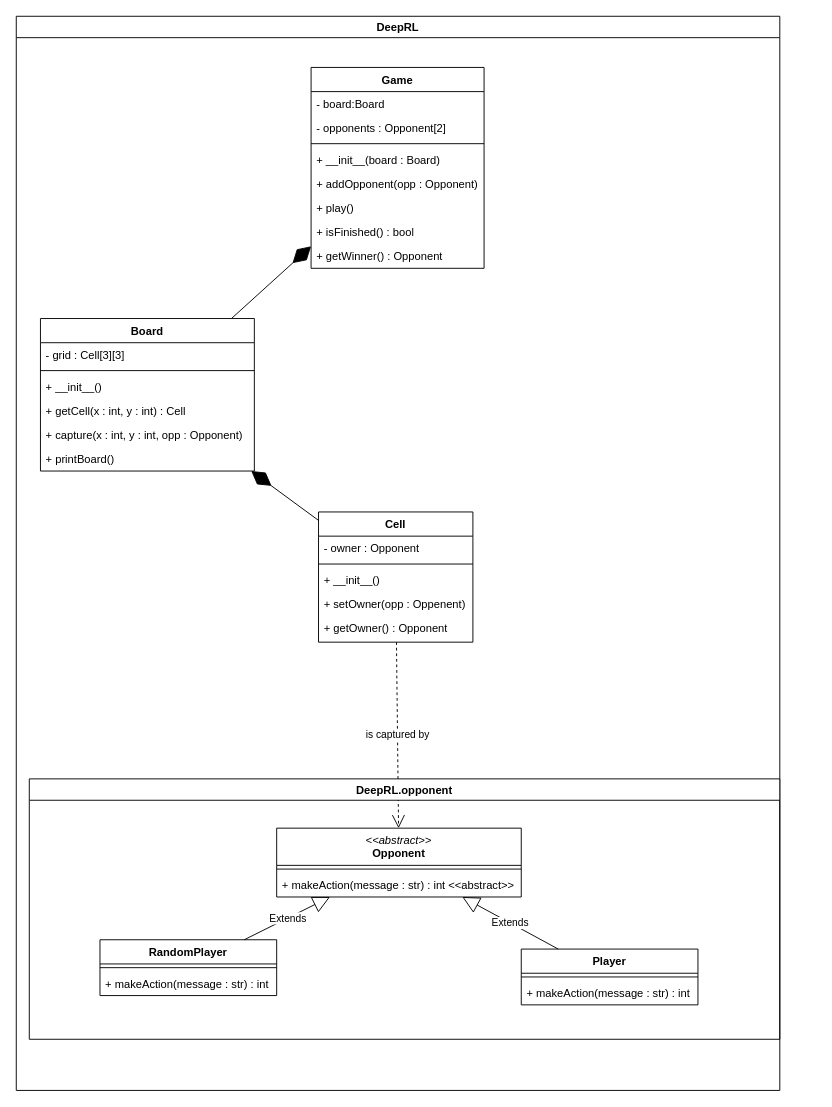
Before: uml/DRL project.drawio in Enzo-Claeyssen/Q-Learning_for_Tic_Tac_Toe, a draw.io diagram. Source tidied: cells renumbered, new cells numbered last; positions are measured from the earlier drawing's top-left corner, leaving out a move shared by most shapes. Both pictures are drawn from the tidied source at 93%, with x=0, y=0 at pixel (16, 16).
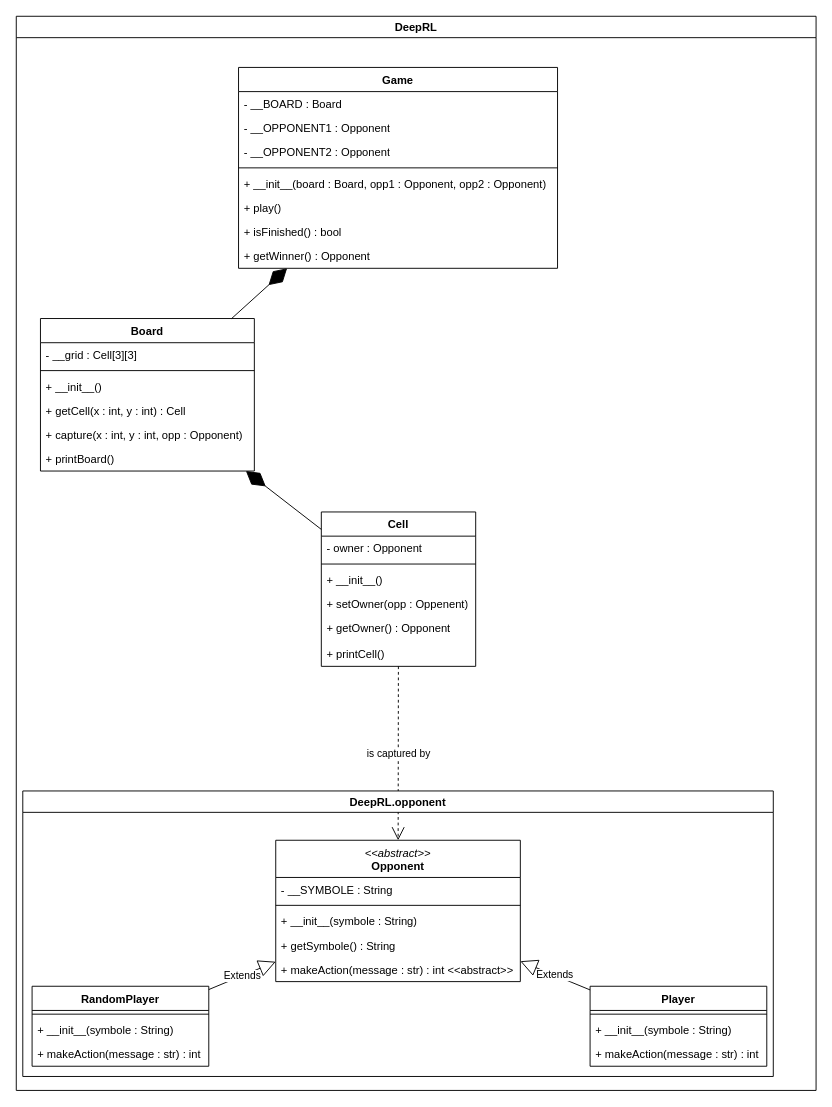
The same diagram, later.

Commit message (it also covers changes not shown here):
Finished UML for V0.0.2

The change refers to these unchanged cells:
```xml
<mxCell id="12" value="Board" style="swimlane;fontStyle=1;align=center;verticalAlign=top;horizontal=1;startSize=26;whiteSpace=wrap;html=1;" parent="2" vertex="1">
  <mxGeometry x="26" y="325" width="230" height="164" as="geometry" />
</mxCell>
```

Diff of the diagram source:
```diff
@@
     <mxCell id="2" value="DeepRL" style="swimlane;" parent="1" vertex="1">
-      <mxGeometry width="821" height="1155" as="geometry" />
+      <mxGeometry width="860" height="1155" as="geometry" />
     </mxCell>
     <mxCell id="3" value="Game" style="swimlane;fontStyle=1;align=center;verticalAlign=top;horizontal=1;startSize=26;whiteSpace=wrap;html=1;" parent="2" vertex="1">
-      <mxGeometry x="317" y="55" width="186" height="216" as="geometry" />
+      <mxGeometry x="239" y="55" width="343" height="216" as="geometry" />
     </mxCell>
-    <mxCell id="4" value="- board:Board" style="text;strokeColor=none;fillColor=none;align=left;verticalAlign=top;spacingLeft=4;spacingRight=4;overflow=hidden;whiteSpace=wrap;html=1;" parent="3" vertex="1">
-      <mxGeometry y="26" width="186" height="26" as="geometry" />
+    <mxCell id="4" value="- __BOARD : Board" style="text;strokeColor=none;fillColor=none;align=left;verticalAlign=top;spacingLeft=4;spacingRight=4;overflow=hidden;whiteSpace=wrap;html=1;" parent="3" vertex="1">
+      <mxGeometry y="26" width="343" height="26" as="geometry" />
     </mxCell>
-    <mxCell id="5" value="- opponents : Opponent[2]" style="text;strokeColor=none;fillColor=none;align=left;verticalAlign=top;spacingLeft=4;spacingRight=4;overflow=hidden;whiteSpace=wrap;html=1;" parent="3" vertex="1">
-      <mxGeometry y="52" width="186" height="26" as="geometry" />
+    <mxCell id="5" value="- __OPPONENT1 : Opponent" style="text;strokeColor=none;fillColor=none;align=left;verticalAlign=top;spacingLeft=4;spacingRight=4;overflow=hidden;whiteSpace=wrap;html=1;" parent="3" vertex="1">
+      <mxGeometry y="52" width="343" height="26" as="geometry" />
     </mxCell>
+    <mxCell id="40" value="- __OPPONENT2 : Opponent" style="text;strokeColor=none;fillColor=none;align=left;verticalAlign=top;spacingLeft=4;spacingRight=4;overflow=hidden;whiteSpace=wrap;html=1;" parent="3" vertex="1">
+      <mxGeometry y="78" width="343" height="26" as="geometry" />
+    </mxCell>
     <mxCell id="6" style="line;strokeWidth=1;fillColor=none;align=left;verticalAlign=middle;spacingTop=-1;spacingLeft=3;spacingRight=3;labelPosition=right;strokeColor=inherit;" parent="3" vertex="1">
-      <mxGeometry y="78" width="186" height="8" as="geometry" />
+      <mxGeometry y="104" width="343" height="8" as="geometry" />
     </mxCell>
-    <mxCell id="7" value="+ __init__(board : Board)" style="text;strokeColor=none;fillColor=none;align=left;verticalAlign=top;spacingLeft=4;spacingRight=4;overflow=hidden;whiteSpace=wrap;html=1;" parent="3" vertex="1">
-      <mxGeometry y="86" width="186" height="26" as="geometry" />
+    <mxCell id="7" value="+ __init__(board : Board, opp1 : Opponent, opp2 : Opponent)" style="text;strokeColor=none;fillColor=none;align=left;verticalAlign=top;spacingLeft=4;spacingRight=4;overflow=hidden;whiteSpace=wrap;html=1;" parent="3" vertex="1">
+      <mxGeometry y="112" width="343" height="26" as="geometry" />
     </mxCell>
-    <mxCell id="8" value="+ addOpponent(opp : Opponent)" style="text;strokeColor=none;fillColor=none;align=left;verticalAlign=top;spacingLeft=4;spacingRight=4;overflow=hidden;whiteSpace=wrap;html=1;" parent="3" vertex="1">
-      <mxGeometry y="112" width="186" height="26" as="geometry" />
-    </mxCell>
     <mxCell id="9" value="+ play()" style="text;strokeColor=none;fillColor=none;align=left;verticalAlign=top;spacingLeft=4;spacingRight=4;overflow=hidden;whiteSpace=wrap;html=1;" parent="3" vertex="1">
-      <mxGeometry y="138" width="186" height="26" as="geometry" />
+      <mxGeometry y="138" width="343" height="26" as="geometry" />
     </mxCell>
     <mxCell id="10" value="+ isFinished() : bool " style="text;strokeColor=none;fillColor=none;align=left;verticalAlign=top;spacingLeft=4;spacingRight=4;overflow=hidden;whiteSpace=wrap;html=1;" parent="3" vertex="1">
-      <mxGeometry y="164" width="186" height="26" as="geometry" />
+      <mxGeometry y="164" width="343" height="26" as="geometry" />
     </mxCell>
     <mxCell id="11" value="+ getWinner() : Opponent" style="text;strokeColor=none;fillColor=none;align=left;verticalAlign=top;spacingLeft=4;spacingRight=4;overflow=hidden;whiteSpace=wrap;html=1;" parent="3" vertex="1">
-      <mxGeometry y="190" width="186" height="26" as="geometry" />
+      <mxGeometry y="190" width="343" height="26" as="geometry" />
     </mxCell>
@@
-    <mxCell id="13" value="- grid : Cell[3][3]" style="text;strokeColor=none;fillColor=none;align=left;verticalAlign=top;spacingLeft=4;spacingRight=4;overflow=hidden;whiteSpace=wrap;html=1;" parent="12" vertex="1">
+    <mxCell id="13" value="- __grid : Cell[3][3]" style="text;strokeColor=none;fillColor=none;align=left;verticalAlign=top;spacingLeft=4;spacingRight=4;overflow=hidden;whiteSpace=wrap;html=1;" parent="12" vertex="1">
       <mxGeometry y="26" width="230" height="26" as="geometry" />
     </mxCell>
@@
     <mxCell id="20" value="Cell" style="swimlane;fontStyle=1;align=center;verticalAlign=top;horizontal=1;startSize=26;whiteSpace=wrap;html=1;" parent="2" vertex="1">
-      <mxGeometry x="325" y="533" width="166" height="140" as="geometry" />
+      <mxGeometry x="328" y="533" width="166" height="166" as="geometry" />
     </mxCell>
@@
+    <mxCell id="41" value="+ printCell()" style="text;strokeColor=none;fillColor=none;align=left;verticalAlign=top;spacingLeft=4;spacingRight=4;overflow=hidden;whiteSpace=wrap;html=1;" parent="20" vertex="1">
+      <mxGeometry y="140" width="166" height="26" as="geometry" />
+    </mxCell>
@@
     <mxCell id="28" value="DeepRL.opponent" style="swimlane;" parent="2" vertex="1">
-      <mxGeometry x="14" y="820" width="807" height="280" as="geometry" />
+      <mxGeometry x="7" y="833" width="807" height="307" as="geometry" />
     </mxCell>
     <mxCell id="29" value="RandomPlayer" style="swimlane;fontStyle=1;align=center;verticalAlign=top;horizontal=1;startSize=26;whiteSpace=wrap;html=1;" parent="28" vertex="1">
-      <mxGeometry x="76" y="173" width="190" height="60" as="geometry" />
+      <mxGeometry x="10" y="210" width="190" height="86" as="geometry" />
     </mxCell>
@@
+    <mxCell id="42" value="+ __init__(symbole : String)" style="text;strokeColor=none;fillColor=none;align=left;verticalAlign=top;spacingLeft=4;spacingRight=4;overflow=hidden;whiteSpace=wrap;html=1;" parent="29" vertex="1">
+      <mxGeometry y="34" width="190" height="26" as="geometry" />
+    </mxCell>
     <mxCell id="31" value="+ makeAction(message : str) : int" style="text;strokeColor=none;fillColor=none;align=left;verticalAlign=top;spacingLeft=4;spacingRight=4;overflow=hidden;whiteSpace=wrap;html=1;" parent="29" vertex="1">
-      <mxGeometry y="34" width="190" height="26" as="geometry" />
+      <mxGeometry y="60" width="190" height="26" as="geometry" />
     </mxCell>
     <mxCell id="32" value="Player" style="swimlane;fontStyle=1;align=center;verticalAlign=top;horizontal=1;startSize=26;whiteSpace=wrap;html=1;" parent="28" vertex="1">
-      <mxGeometry x="529" y="183" width="190" height="60" as="geometry" />
+      <mxGeometry x="610" y="210" width="190" height="86" as="geometry" />
     </mxCell>
@@
+    <mxCell id="43" value="+ __init__(symbole : String)" style="text;strokeColor=none;fillColor=none;align=left;verticalAlign=top;spacingLeft=4;spacingRight=4;overflow=hidden;whiteSpace=wrap;html=1;" parent="32" vertex="1">
+      <mxGeometry y="34" width="190" height="26" as="geometry" />
+    </mxCell>
     <mxCell id="34" value="+ makeAction(message : str) : int" style="text;strokeColor=none;fillColor=none;align=left;verticalAlign=top;spacingLeft=4;spacingRight=4;overflow=hidden;whiteSpace=wrap;html=1;" parent="32" vertex="1">
-      <mxGeometry y="34" width="190" height="26" as="geometry" />
+      <mxGeometry y="60" width="190" height="26" as="geometry" />
     </mxCell>
     <mxCell id="35" value="&lt;span style=&quot;font-weight: normal;&quot;&gt;&lt;i&gt;&amp;lt;&amp;lt;abstract&amp;gt;&amp;gt;&lt;/i&gt;&lt;/span&gt;&lt;br&gt;Opponent" style="swimlane;fontStyle=1;align=center;verticalAlign=top;horizontal=1;startSize=40;whiteSpace=wrap;html=1;" parent="28" vertex="1">
-      <mxGeometry x="266" y="53" width="263" height="74" as="geometry" />
+      <mxGeometry x="272" y="53" width="263" height="152" as="geometry" />
     </mxCell>
+    <mxCell id="44" value="- __SYMBOLE : String" style="text;strokeColor=none;fillColor=none;align=left;verticalAlign=top;spacingLeft=4;spacingRight=4;overflow=hidden;whiteSpace=wrap;html=1;" parent="35" vertex="1">
+      <mxGeometry y="40" width="263" height="26" as="geometry" />
+    </mxCell>
     <mxCell id="36" style="line;strokeWidth=1;fillColor=none;align=left;verticalAlign=middle;spacingTop=-1;spacingLeft=3;spacingRight=3;labelPosition=right;strokeColor=inherit;" parent="35" vertex="1">
-      <mxGeometry y="40" width="263" height="8" as="geometry" />
+      <mxGeometry y="66" width="263" height="8" as="geometry" />
     </mxCell>
+    <mxCell id="45" value="+ __init__(symbole : String)" style="text;strokeColor=none;fillColor=none;align=left;verticalAlign=top;spacingLeft=4;spacingRight=4;overflow=hidden;whiteSpace=wrap;html=1;" parent="35" vertex="1">
+      <mxGeometry y="74" width="263" height="26" as="geometry" />
+    </mxCell>
+    <mxCell id="46" value="+ getSymbole() : String" style="text;strokeColor=none;fillColor=none;align=left;verticalAlign=top;spacingLeft=4;spacingRight=4;overflow=hidden;whiteSpace=wrap;html=1;" parent="35" vertex="1">
+      <mxGeometry y="100" width="263" height="26" as="geometry" />
+    </mxCell>
     <mxCell id="37" value="+ makeAction(message : str) : int &amp;lt;&amp;lt;abstract&amp;gt;&amp;gt;" style="text;strokeColor=none;fillColor=none;align=left;verticalAlign=top;spacingLeft=4;spacingRight=4;overflow=hidden;whiteSpace=wrap;html=1;" parent="35" vertex="1">
-      <mxGeometry y="48" width="263" height="26" as="geometry" />
+      <mxGeometry y="126" width="263" height="26" as="geometry" />
     </mxCell>
```
